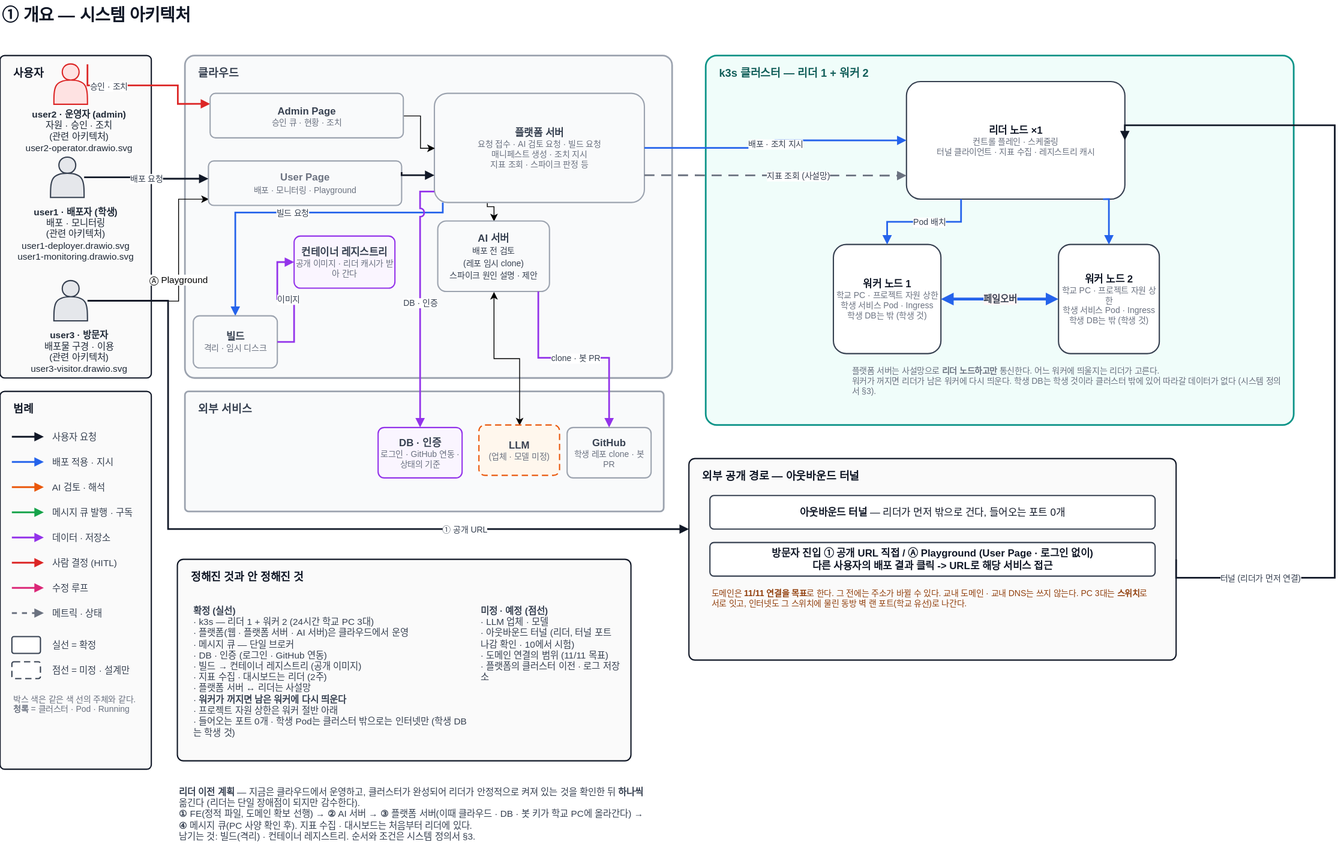
This is docs/architecture/overview.drawio.svg from woowangthon/WOOWANGTHON_TEAM_18, a draw.io export, as it was before one commit. Source tidied: cells renumbered, new cells last; positions are measured from the earlier drawing's top-left corner, leaving out a move shared by most shapes.
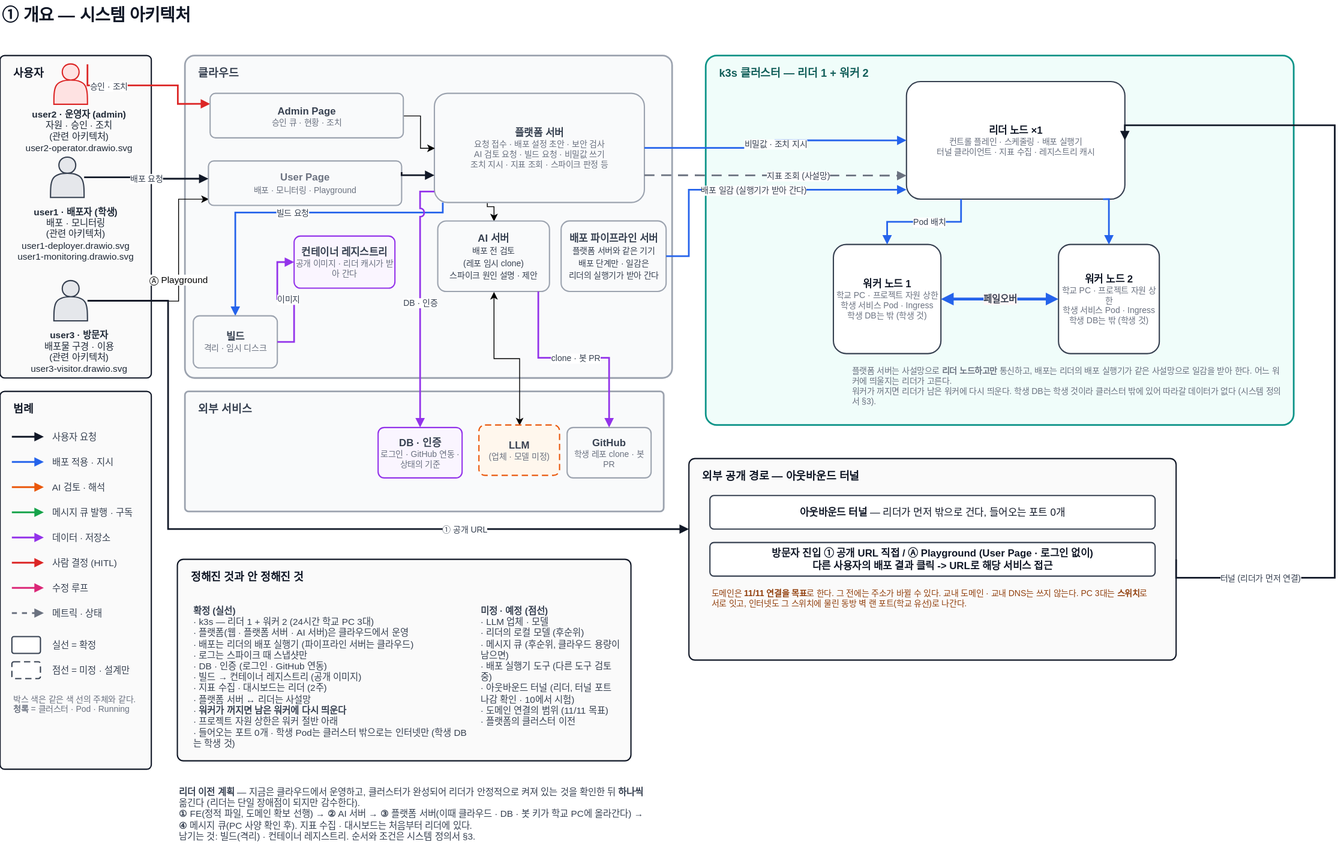
After the commit.

The edit, as a diff of the source:
```diff
@@ -60,13 +60,13 @@
         </Array>
       </mxGeometry>
     </mxCell>
-    <mxCell id="18" value="&lt;b&gt;플랫폼 서버&lt;/b&gt;&lt;div style=&quot;font-size: 10px; color: rgb(107, 114, 128);&quot;&gt;요청 접수 · AI 검토 요청 · 빌드 요청&lt;br&gt;매니페스트 생성 · 조치 지시&lt;br&gt;지표 조회 · 스파이크 판정 등&lt;/div&gt;" style="rounded=1;arcSize=12;whiteSpace=wrap;html=1;fillColor=#F9FAFB;strokeColor=#9CA3AF;strokeWidth=1.5;fontSize=12;fontColor=#374151;fontFamily=Pretendard,Malgun Gothic,Apple SD Gothic Neo,sans-serif;" parent="1" vertex="1">
+    <mxCell id="18" value="&lt;b&gt;플랫폼 서버&lt;/b&gt;&lt;div style=&quot;font-size: 10px; color: rgb(107, 114, 128);&quot;&gt;요청 접수 · 배포 설정 초안 · 보안 검사&lt;br&gt;AI 검토 요청 · 빌드 요청 · 비밀값 쓰기&lt;br&gt;조치 지시 · 지표 조회 · 스파이크 판정 등&lt;/div&gt;" style="rounded=1;arcSize=12;whiteSpace=wrap;html=1;fillColor=#F9FAFB;strokeColor=#9CA3AF;strokeWidth=1.5;fontSize=12;fontColor=#374151;fontFamily=Pretendard,Malgun Gothic,Apple SD Gothic Neo,sans-serif;" parent="1" vertex="1">
       <mxGeometry x="517.1" y="112" width="250" height="130" as="geometry" />
     </mxCell>
     <mxCell id="19" value="k3s 클러스터 — 리더 1 + 워커 2" style="rounded=1;arcSize=3;html=1;fillColor=#F0FDFA;strokeColor=#0D9488;strokeWidth=2;verticalAlign=top;align=left;spacingLeft=14;spacingTop=6;fontSize=13;fontStyle=1;fontColor=#115E59;fontFamily=Pretendard,Malgun Gothic,Apple SD Gothic Neo,sans-serif;" parent="1" vertex="1">
       <mxGeometry x="840.1" y="67" width="700" height="440" as="geometry" />
     </mxCell>
-    <mxCell id="20" value="&lt;b&gt;리더 노드 ×1&lt;/b&gt;&lt;div style=&quot;font-size:10px;color:#6B7280&quot;&gt;컨트롤 플레인 · 스케줄링&lt;br&gt;터널 클라이언트 · 지표 수집 · 레지스트리 캐시&lt;/div&gt;" style="rounded=1;arcSize=12;whiteSpace=wrap;html=1;fillColor=#FFFFFF;strokeColor=#374151;strokeWidth=1.5;fontSize=12;fontColor=#111827;fontFamily=Pretendard,Malgun Gothic,Apple SD Gothic Neo,sans-serif;" parent="1" vertex="1">
+    <mxCell id="20" value="&lt;b&gt;리더 노드 ×1&lt;/b&gt;&lt;div style=&quot;font-size:10px;color:#6B7280&quot;&gt;컨트롤 플레인 · 스케줄링 · 배포 실행기&lt;br&gt;터널 클라이언트 · 지표 수집 · 레지스트리 캐시&lt;/div&gt;" style="rounded=1;arcSize=12;whiteSpace=wrap;html=1;fillColor=#FFFFFF;strokeColor=#374151;strokeWidth=1.5;fontSize=12;fontColor=#111827;fontFamily=Pretendard,Malgun Gothic,Apple SD Gothic Neo,sans-serif;" parent="1" vertex="1">
       <mxGeometry x="1079.1" y="98" width="260" height="140" as="geometry" />
     </mxCell>
     <mxCell id="21" value="&lt;b&gt;워커 노드 1&lt;/b&gt;&lt;div style=&quot;font-size: 10px; color: rgb(107, 114, 128);&quot;&gt;학교 PC · 프로젝트 자원 상한&lt;br&gt;학생 서비스 Pod · Ingress&lt;br&gt;학생 DB는 밖 (학생 것)&lt;/div&gt;" style="rounded=1;arcSize=12;whiteSpace=wrap;html=1;fillColor=#FFFFFF;strokeColor=#374151;strokeWidth=1.5;fontSize=12;fontColor=#111827;fontFamily=Pretendard,Malgun Gothic,Apple SD Gothic Neo,sans-serif;" parent="1" vertex="1">
@@ -75,7 +75,7 @@
     <mxCell id="22" value="&lt;b&gt;워커 노드 2&lt;/b&gt;&lt;div style=&quot;font-size: 10px; color: rgb(107, 114, 128);&quot;&gt;학교 PC · 프로젝트 자원 상한&lt;br&gt;학생 서비스 Pod · Ingress&lt;br&gt;학생 DB는 밖 (학생 것)&lt;/div&gt;" style="rounded=1;arcSize=12;whiteSpace=wrap;html=1;fillColor=#FFFFFF;strokeColor=#374151;strokeWidth=1.5;fontSize=12;fontColor=#111827;fontFamily=Pretendard,Malgun Gothic,Apple SD Gothic Neo,sans-serif;" parent="1" vertex="1">
       <mxGeometry x="1260.1" y="292" width="120" height="130" as="geometry" />
     </mxCell>
-    <mxCell id="23" value="플랫폼 서버는 사설망으로 &lt;b&gt;리더 노드하고만&lt;/b&gt; 통신한다. 어느 워커에 띄울지는 리더가 고른다.&lt;br&gt;워커가 꺼지면 리더가 남은 워커에 다시 띄운다. 학생 DB는 학생 것이라 클러스터 밖에 있어 따라갈 데이터가 없다 (시스템 정의서 §3)." style="text;html=1;align=left;verticalAlign=top;whiteSpace=wrap;fontSize=10;fontColor=#6B7280;fontFamily=Pretendard,Malgun Gothic,Apple SD Gothic Neo,sans-serif;" parent="1" vertex="1">
+    <mxCell id="23" value="플랫폼 서버는 사설망으로 &lt;b&gt;리더 노드하고만&lt;/b&gt; 통신하고, 배포는 리더의 배포 실행기가 같은 사설망으로 일감을 받아 한다. 어느 워커에 띄울지는 리더가 고른다.&lt;br&gt;워커가 꺼지면 리더가 남은 워커에 다시 띄운다. 학생 DB는 학생 것이라 클러스터 밖에 있어 따라갈 데이터가 없다 (시스템 정의서 §3)." style="text;html=1;align=left;verticalAlign=top;whiteSpace=wrap;fontSize=10;fontColor=#6B7280;fontFamily=Pretendard,Malgun Gothic,Apple SD Gothic Neo,sans-serif;" parent="1" vertex="1">
       <mxGeometry x="1012.1" y="430" width="520" height="72" as="geometry" />
     </mxCell>
     <mxCell id="24" value="외부 공개 경로 — 아웃바운드 터널" style="rounded=1;arcSize=3;html=1;fillColor=#FAFAFA;strokeColor=#111827;strokeWidth=1.5;verticalAlign=top;align=left;spacingLeft=14;spacingTop=6;fontSize=13;fontStyle=1;fontColor=#111827;fontFamily=Pretendard,Malgun Gothic,Apple SD Gothic Neo,sans-serif;" parent="1" vertex="1">
@@ -90,11 +90,11 @@
     <mxCell id="27" value="정해진 것과 안 정해진 것" style="rounded=1;arcSize=3;html=1;fillColor=#FAFAFA;strokeColor=#111827;strokeWidth=1.5;verticalAlign=top;align=left;spacingLeft=14;spacingTop=6;fontSize=13;fontStyle=1;fontColor=#111827;fontFamily=Pretendard,Malgun Gothic,Apple SD Gothic Neo,sans-serif;" parent="1" vertex="1">
       <mxGeometry x="211.1" y="667" width="540" height="240" as="geometry" />
     </mxCell>
-    <mxCell id="28" value="&lt;b&gt;확정 (실선)&lt;/b&gt;&lt;br&gt;· k3s — 리더 1 + 워커 2 (24시간 학교 PC 3대)&lt;br&gt;· 플랫폼(웹 · 플랫폼 서버 · AI 서버)은 클라우드에서 운영&lt;br&gt;· 메시지 큐 — 단일 브로커&lt;br&gt;· DB · 인증 (로그인 · GitHub 연동)&lt;br&gt;· 빌드 → 컨테이너 레지스트리 (공개 이미지)&lt;br&gt;· 지표 수집 · 대시보드는 리더 (2주)&lt;br&gt;· 플랫폼 서버 ↔ 리더는 사설망&lt;br&gt;· &lt;b&gt;워커가 꺼지면 남은 워커에 다시 띄운다&lt;/b&gt;&lt;br&gt;· 프로젝트 자원 상한은 워커 절반 아래&lt;br&gt;· 들어오는 포트 0개 · 학생 Pod는 클러스터 밖으로는 인터넷만 (학생 DB는 학생 것)" style="text;html=1;align=left;verticalAlign=top;whiteSpace=wrap;fontSize=11;fontColor=#374151;fontFamily=Pretendard,Malgun Gothic,Apple SD Gothic Neo,sans-serif;" parent="1" vertex="1">
+    <mxCell id="28" value="&lt;b&gt;확정 (실선)&lt;/b&gt;&lt;br&gt;· k3s — 리더 1 + 워커 2 (24시간 학교 PC 3대)&lt;br&gt;· 플랫폼(웹 · 플랫폼 서버 · AI 서버)은 클라우드에서 운영&lt;br&gt;· 배포는 리더의 배포 실행기 (파이프라인 서버는 클라우드)&lt;br&gt;· 로그는 스파이크 때 스냅샷만&lt;br&gt;· DB · 인증 (로그인 · GitHub 연동)&lt;br&gt;· 빌드 → 컨테이너 레지스트리 (공개 이미지)&lt;br&gt;· 지표 수집 · 대시보드는 리더 (2주)&lt;br&gt;· 플랫폼 서버 ↔ 리더는 사설망&lt;br&gt;· &lt;b&gt;워커가 꺼지면 남은 워커에 다시 띄운다&lt;/b&gt;&lt;br&gt;· 프로젝트 자원 상한은 워커 절반 아래&lt;br&gt;· 들어오는 포트 0개 · 학생 Pod는 클러스터 밖으로는 인터넷만 (학생 DB는 학생 것)" style="text;html=1;align=left;verticalAlign=top;whiteSpace=wrap;fontSize=11;fontColor=#374151;fontFamily=Pretendard,Malgun Gothic,Apple SD Gothic Neo,sans-serif;" parent="1" vertex="1">
       <mxGeometry x="228.1" y="715" width="330" height="190" as="geometry" />
     </mxCell>
-    <mxCell id="29" value="&lt;b&gt;미정 · 예정 (점선)&lt;/b&gt;&lt;br&gt;· LLM 업체 · 모델&lt;br&gt;· 아웃바운드 터널 (리더, 터널 포트 나감 확인 · 10에서 시험)&lt;br&gt;· 도메인 연결의 범위 (11/11 목표)&lt;br&gt;· 플랫폼의 클러스터 이전 · 로그 저장소" style="text;html=1;align=left;verticalAlign=top;whiteSpace=wrap;fontSize=11;fontColor=#374151;fontFamily=Pretendard,Malgun Gothic,Apple SD Gothic Neo,sans-serif;" parent="1" vertex="1">
-      <mxGeometry x="570.1" y="715" width="170" height="94" as="geometry" />
+    <mxCell id="29" value="&lt;b&gt;미정 · 예정 (점선)&lt;/b&gt;&lt;br&gt;· LLM 업체 · 모델&lt;br&gt;· 리더의 로컬 모델 (후순위)&lt;br&gt;· 메시지 큐 (후순위, 클라우드 용량이 남으면)&lt;br&gt;· 배포 실행기 도구 (다른 도구 검토 중)&lt;br&gt;· 아웃바운드 터널 (리더, 터널 포트 나감 확인 · 10에서 시험)&lt;br&gt;· 도메인 연결의 범위 (11/11 목표)&lt;br&gt;· 플랫폼의 클러스터 이전" style="text;html=1;align=left;verticalAlign=top;whiteSpace=wrap;fontSize=11;fontColor=#374151;fontFamily=Pretendard,Malgun Gothic,Apple SD Gothic Neo,sans-serif;" parent="1" vertex="1">
+      <mxGeometry x="570.1" y="715" width="170" height="150" as="geometry" />
     </mxCell>
     <mxCell id="30" value="배포 요청" style="edgeStyle=orthogonalEdgeStyle;rounded=0;jettySize=auto;html=1;jumpStyle=arc;jumpSize=8;endArrow=block;endFill=1;strokeWidth=2;fontSize=10;labelBackgroundColor=#FFFFFF;fontFamily=Pretendard,Malgun Gothic,Apple SD Gothic Neo,sans-serif;fontColor=#374151;strokeColor=#111827;exitX=1;exitY=0.5;exitDx=0;exitDy=0;entryX=0;entryY=0.4;entryDx=0;entryDy=0;" parent="1" edge="1" source="6" target="13">
       <mxGeometry relative="1" as="geometry" />
@@ -114,7 +114,7 @@
         </Array>
       </mxGeometry>
     </mxCell>
-    <mxCell id="33" value="배포 · 조치 지시" style="edgeStyle=orthogonalEdgeStyle;rounded=0;jettySize=auto;html=1;jumpStyle=arc;jumpSize=8;endArrow=block;endFill=1;strokeWidth=2;fontSize=10;labelBackgroundColor=#FFFFFF;fontFamily=Pretendard,Malgun Gothic,Apple SD Gothic Neo,sans-serif;fontColor=#374151;strokeColor=#2563EB;exitX=1;exitY=0.5;exitDx=0;exitDy=0;entryX=0;entryY=0.5;entryDx=0;entryDy=0;" parent="1" edge="1" source="18" target="20">
+    <mxCell id="33" value="비밀값 · 조치 지시" style="edgeStyle=orthogonalEdgeStyle;rounded=0;jettySize=auto;html=1;jumpStyle=arc;jumpSize=8;endArrow=block;endFill=1;strokeWidth=2;fontSize=10;labelBackgroundColor=#FFFFFF;fontFamily=Pretendard,Malgun Gothic,Apple SD Gothic Neo,sans-serif;fontColor=#374151;strokeColor=#2563EB;exitX=1;exitY=0.5;exitDx=0;exitDy=0;entryX=0;entryY=0.5;entryDx=0;entryDy=0;" parent="1" edge="1" source="18" target="20">
       <mxGeometry relative="1" as="geometry" />
     </mxCell>
     <mxCell id="34" value="지표 조회 (사설망)" style="edgeStyle=orthogonalEdgeStyle;rounded=0;jettySize=auto;html=1;jumpStyle=arc;jumpSize=8;endArrow=block;endFill=1;strokeWidth=2;fontSize=10;labelBackgroundColor=#FFFFFF;fontFamily=Pretendard,Malgun Gothic,Apple SD Gothic Neo,sans-serif;fontColor=#374151;strokeColor=#6B7280;dashed=1;dashPattern=6 4;exitX=1;exitY=0.75;exitDx=0;exitDy=0;entryX=0;entryY=0.8;entryDx=0;entryDy=0;" parent="1" edge="1" source="18" target="20">
@@ -292,5 +292,16 @@
     <mxCell id="73" value="&lt;b&gt;리더 이전 계획&lt;/b&gt; — 지금은 클라우드에서 운영하고, 클러스터가 완성되어 리더가 안정적으로 켜져 있는 것을 확인한 뒤 &lt;b&gt;하나씩&lt;/b&gt; 옮긴다 (리더는 단일 장애점이 되지만 감수한다).&lt;br&gt;&lt;b&gt;①&lt;/b&gt; FE(정적 파일, 도메인 확보 선행) → &lt;b&gt;②&lt;/b&gt; AI 서버 → &lt;b&gt;③&lt;/b&gt; 플랫폼 서버(이때 클라우드 · DB · 봇 키가 학교 PC에 올라간다) → &lt;b&gt;④&lt;/b&gt; 메시지 큐(PC 사양 확인 후). 지표 수집 · 대시보드는 처음부터 리더에 있다.&lt;br&gt;남기는 것: 빌드(격리) · 컨테이너 레지스트리. 순서와 조건은 시스템 정의서 §3." style="text;html=1;align=left;verticalAlign=top;whiteSpace=wrap;fontSize=11;fontColor=#374151;fontFamily=Pretendard,Malgun Gothic,Apple SD Gothic Neo,sans-serif;" parent="1" vertex="1">
       <mxGeometry x="211.1" y="931" width="560" height="92" as="geometry" />
     </mxCell>
+    <mxCell id="74" value="&lt;b&gt;배포 파이프라인 서버&lt;/b&gt;&lt;br&gt;&lt;font style=&quot;font-size: 10px;&quot;&gt;플랫폼 서버와 같은 기기&lt;br&gt;배포 단계만 · 일감은&lt;br&gt;리더의 실행기가 받아 간다&lt;/font&gt;" style="rounded=1;arcSize=12;whiteSpace=wrap;html=1;fillColor=#F9FAFB;strokeColor=#9CA3AF;strokeWidth=1.5;fontSize=12;fontColor=#374151;fontFamily=Pretendard,Malgun Gothic,Apple SD Gothic Neo,sans-serif;" parent="1" vertex="1">
+      <mxGeometry x="668" y="264" width="125" height="84" as="geometry" />
+    </mxCell>
+    <mxCell id="75" value="배포 일감 (실행기가 받아 간다)" style="edgeStyle=orthogonalEdgeStyle;rounded=0;jettySize=auto;html=1;jumpStyle=arc;jumpSize=8;endArrow=block;endFill=1;strokeWidth=2;fontSize=10;labelBackgroundColor=#FFFFFF;fontFamily=Pretendard,Malgun Gothic,Apple SD Gothic Neo,sans-serif;fontColor=#374151;strokeColor=#2563EB;exitX=1;exitY=0.5;exitDx=0;exitDy=0;entryX=0;entryY=0.92;entryDx=0;entryDy=0;" parent="1" edge="1" source="74" target="20">
+      <mxGeometry relative="1" as="geometry">
+        <Array as="points">
+          <mxPoint x="820" y="306" />
+          <mxPoint x="820" y="227" />
+        </Array>
+      </mxGeometry>
+    </mxCell>
   </root>
 </mxGraphModel>
```
